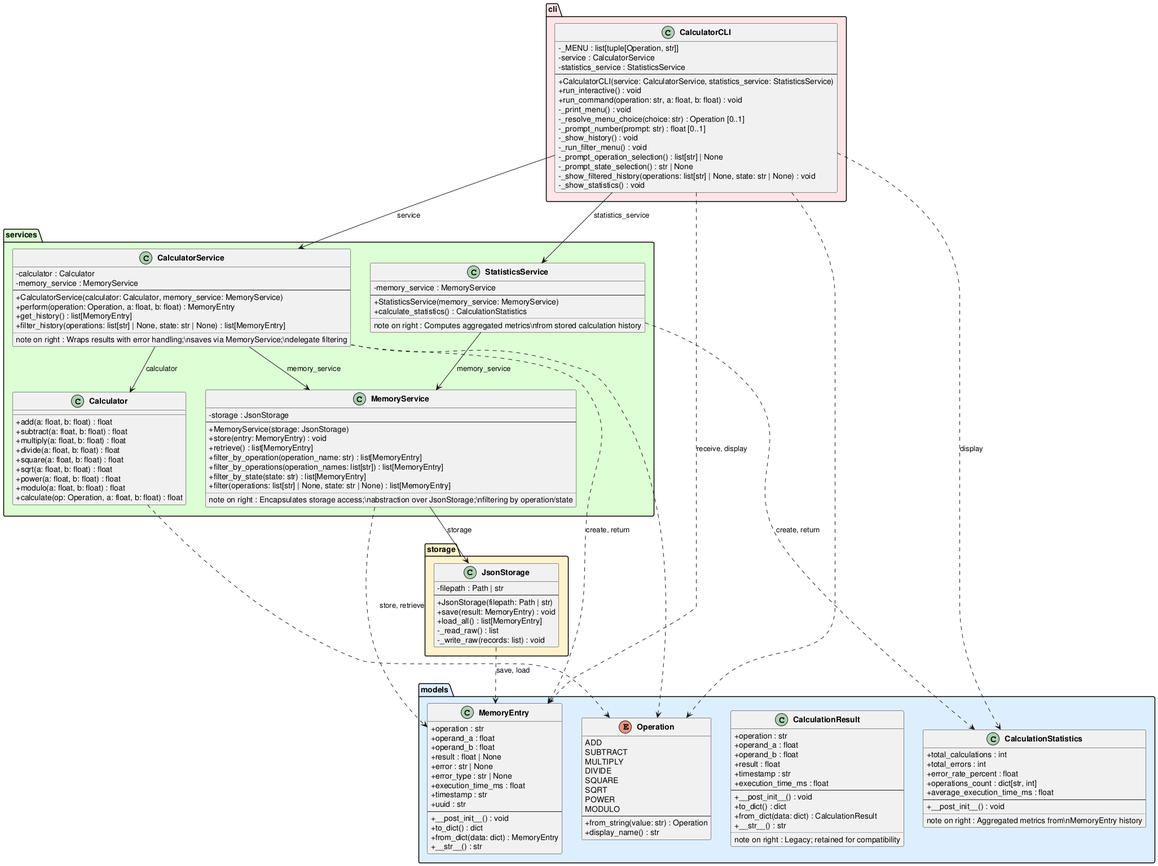
The PlantUML diagram experiments/pipeline/user_stories/calculator/artifacts/class_diagram.png in DanielRiha8906/Software_autoevolution_using_agents, before a commit.
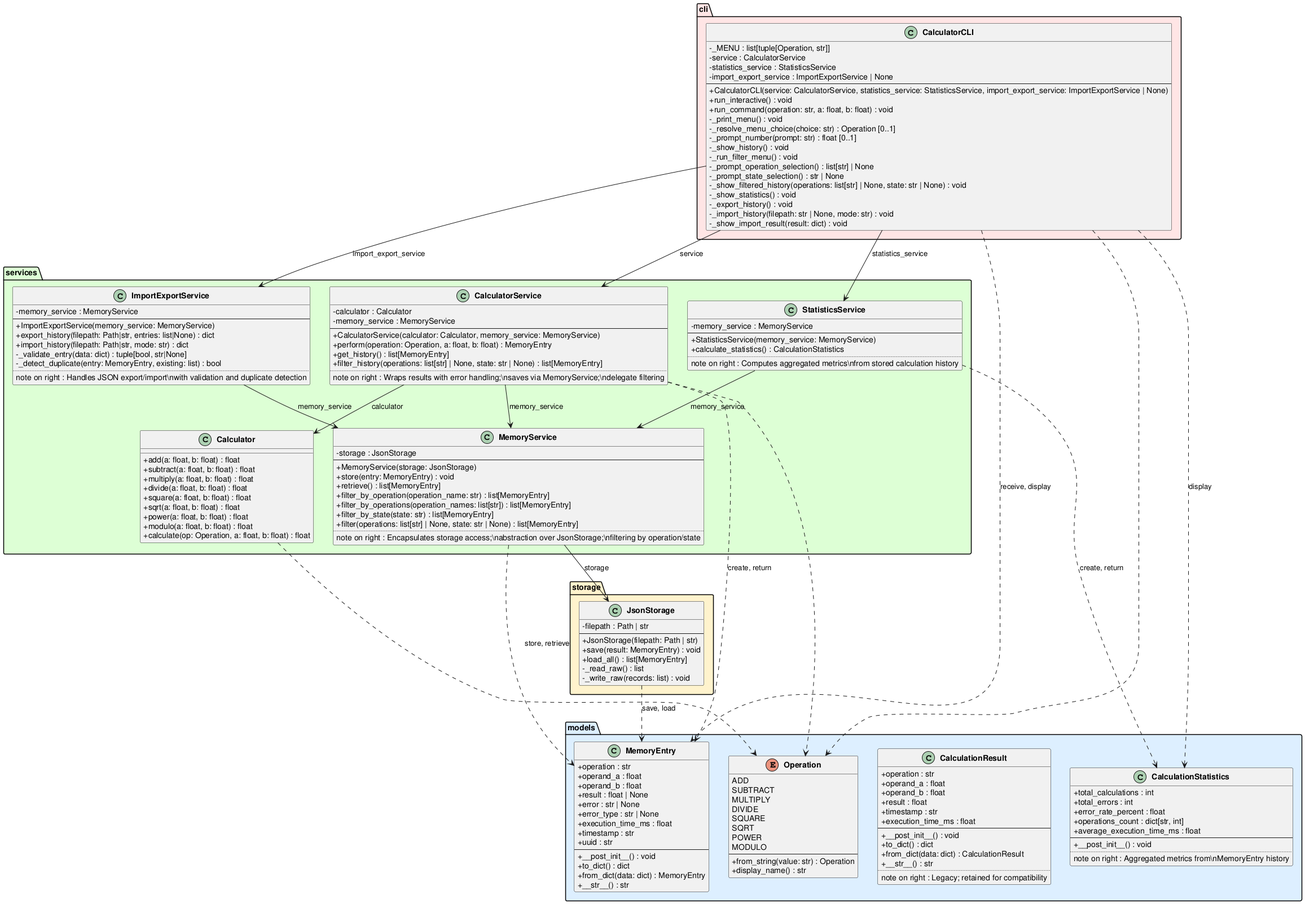
The same file after the commit.

What changed in the source:
```diff
@@ -111,6 +111,18 @@
         ..
         note on right : Computes aggregated metrics\\nfrom stored calculation history
     }
+
+    class ImportExportService {
+        -memory_service : MemoryService
+        --
+        +ImportExportService(memory_service: MemoryService)
+        +export_history(filepath: Path|str, entries: list|None) : dict
+        +import_history(filepath: Path|str, mode: str) : dict
+        -_validate_entry(data: dict) : tuple[bool, str|None]
+        -_detect_duplicate(entry: MemoryEntry, existing: list) : bool
+        ..
+        note on right : Handles JSON export/import\\nwith validation and duplicate detection
+    }
 }
 
 package "storage" #FFF3CC {
@@ -130,8 +142,9 @@
         -_MENU : list[tuple[Operation, str]]
         -service : CalculatorService
         -statistics_service : StatisticsService
+        -import_export_service : ImportExportService | None
         --
-        +CalculatorCLI(service: CalculatorService, statistics_service: StatisticsService)
+        +CalculatorCLI(service: CalculatorService, statistics_service: StatisticsService, import_export_service: ImportExportService | None)
         +run_interactive() : void
         +run_command(operation: str, a: float, b: float) : void
         -_print_menu() : void
@@ -143,14 +156,19 @@
         -_prompt_state_selection() : str | None
         -_show_filtered_history(operations: list[str] | None, state: str | None) : void
         -_show_statistics() : void
+        -_export_history() : void
+        -_import_history(filepath: str | None, mode: str) : void
+        -_show_import_result(result: dict) : void
     }
 }
 
 CalculatorCLI --> CalculatorService : service
 CalculatorCLI --> StatisticsService : statistics_service
+CalculatorCLI --> ImportExportService : import_export_service
 CalculatorService --> Calculator : calculator
 CalculatorService --> MemoryService : memory_service
 StatisticsService --> MemoryService : memory_service
+ImportExportService --> MemoryService : memory_service
 MemoryService --> JsonStorage : storage
 
 CalculatorService ..> MemoryEntry : create, return
```
